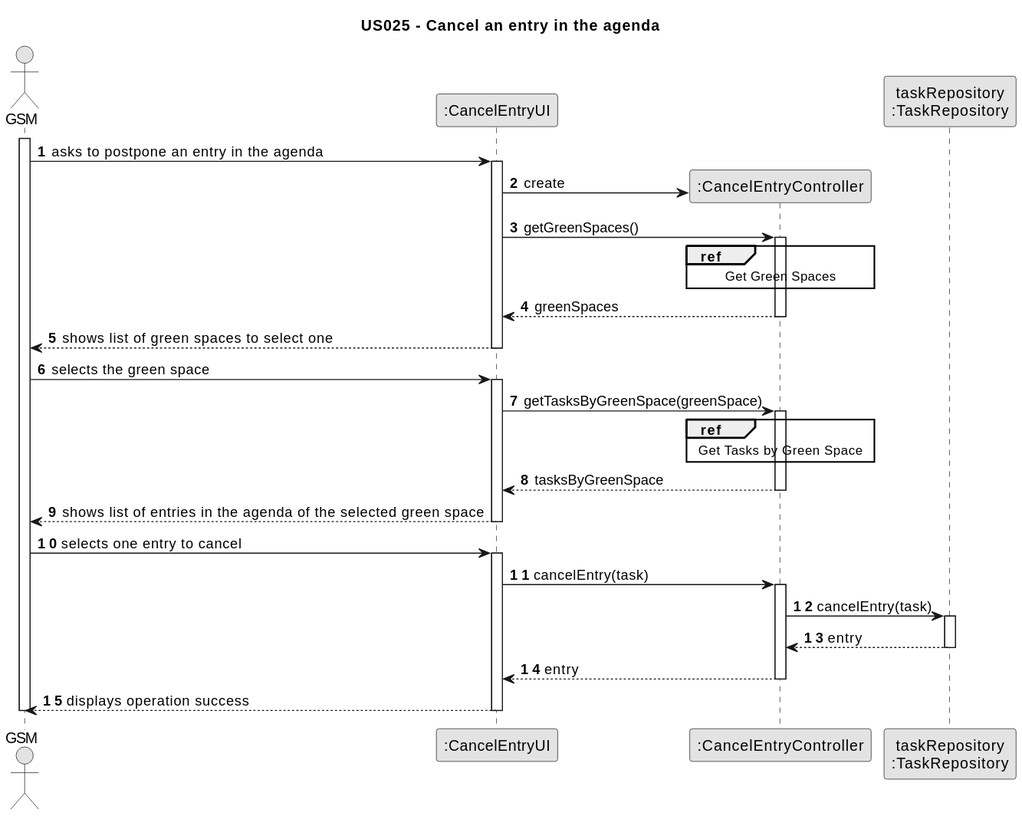
This is docs/sprintC/us025/03.design/svg/us025-sequence-diagram-split.svg from Departamento-de-Engenharia-Informatica/lei-24-s2-1dm-g132, a PlantUML export, as it was before one commit.
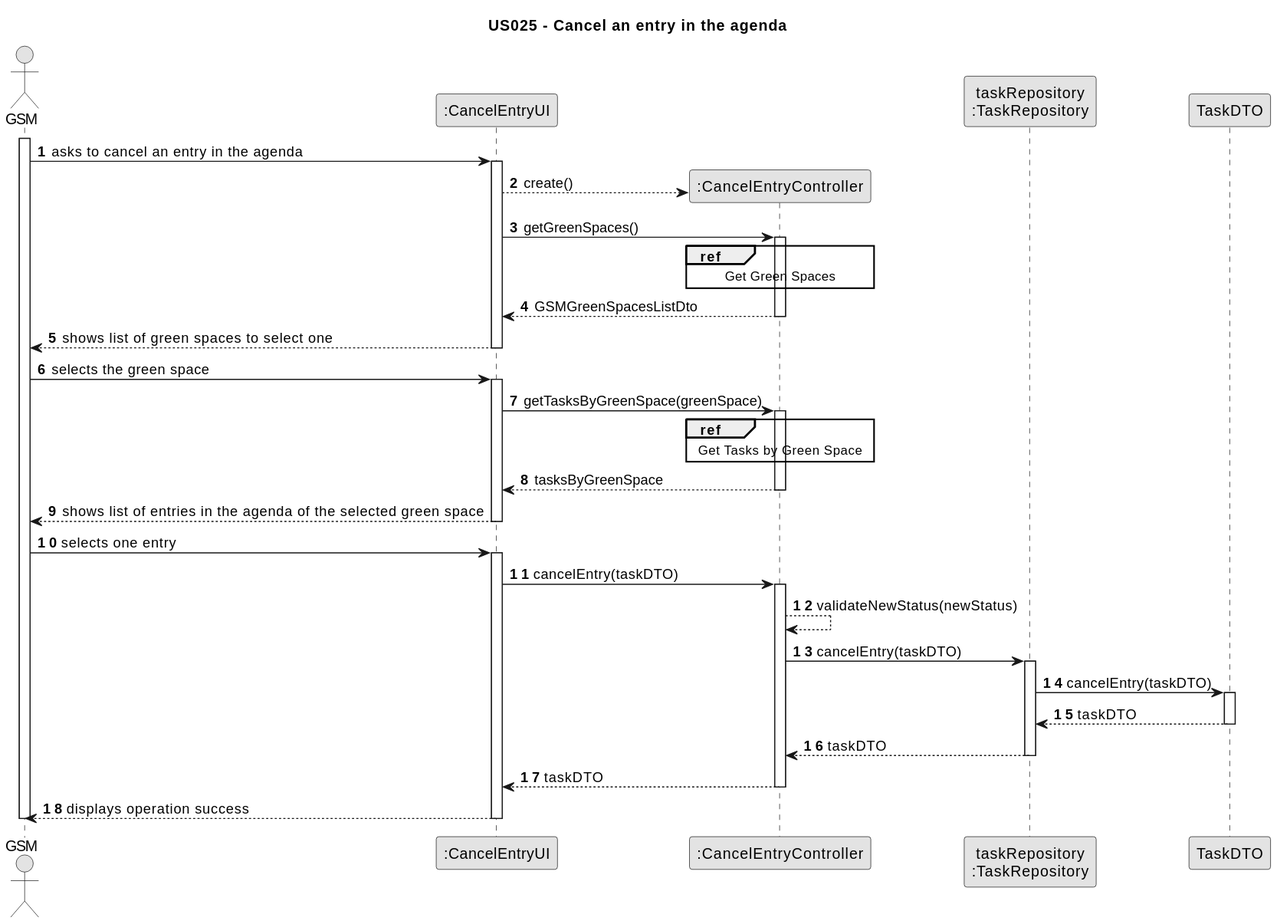
The same file after the commit.

Change to the diagram source:
```diff
@@ -14,23 +14,21 @@
 
 activate Employee
 
-    Employee -> UI : asks to postpone an entry in the agenda
+    Employee -> UI : asks to cancel an entry in the agenda
     activate UI
+  UI --> CTRL** : create()
+     UI -> CTRL : getGreenSpaces()
+      activate CTRL
 
-    UI -> CTRL** : create
+      ref over CTRL
+          Get Green Spaces
+      end ref
 
-                UI -> CTRL : getGreenSpaces()
-                activate CTRL
+      CTRL --> UI : GSMGreenSpacesListDto
+      deactivate CTRL
 
-                    ref over CTRL
-                        Get Green Spaces
-                    end
-
-                    CTRL --> UI : greenSpaces
-                deactivate CTRL
-
-    UI --> Employee : shows list of green spaces to select one
-    deactivate UI
+      UI --> Employee : shows list of green spaces to select one
+      deactivate UI
 
     Employee -> UI : selects the green space
     activate UI
@@ -48,23 +46,30 @@
     UI --> Employee : shows list of entries in the agenda of the selected green space
     deactivate UI
 
-    Employee -> UI : selects one entry to cancel
-    activate UI
+    Employee -> UI : selects one entry
+        activate UI
 
-    UI -> CTRL : cancelEntry(task)
-    activate CTRL
+        UI -> CTRL : cancelEntry(taskDTO)
+        activate CTRL
 
-    CTRL -> TaskRepository : cancelEntry(task)
-    activate TaskRepository
+        CTRL --> CTRL : validateNewStatus(newStatus)
+        CTRL -> TaskRepository : cancelEntry(taskDTO)
+        activate TaskRepository
 
-    TaskRepository --> CTRL : entry
-    deactivate TaskRepository
+        TaskRepository -> TaskDTO : cancelEntry(taskDTO)
+        activate TaskDTO
 
-    CTRL --> UI : entry
-    deactivate CTRL
+        TaskDTO --> TaskRepository : taskDTO
+        deactivate TaskDTO
 
-    UI --> Employee : displays operation success
-    deactivate UI
+        TaskRepository --> CTRL : taskDTO
+        deactivate TaskRepository
 
-deactivate Employee
+        CTRL --> UI : taskDTO
+        deactivate CTRL
+
+        UI --> Employee : displays operation success
+        deactivate UI
+
+    deactivate Employee
 @enduml
```
